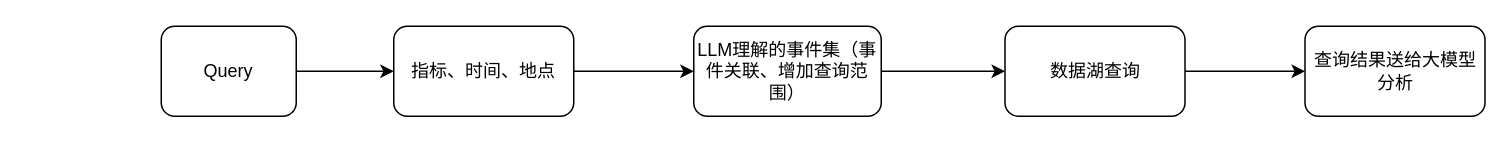
HanYang1385/Master-Thesis keeps this draw.io diagram as 未命名绘图.drawio. Above is the earlier version. Source tidied: cells renumbered, new cells numbered last; positions are measured from the earlier drawing's top-left corner, leaving out a move shared by most shapes. Both pictures are drawn from the tidied source at 150%, with x=0, y=0 at pixel (160, 26).
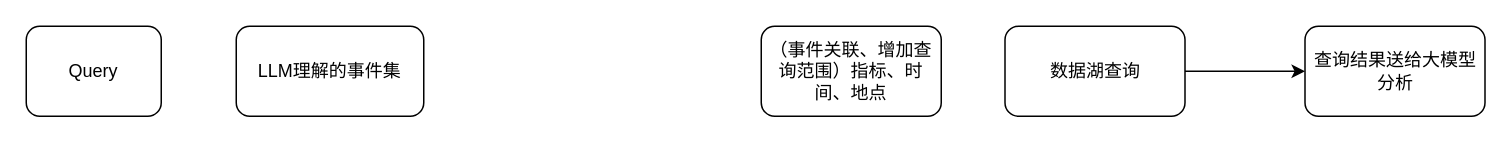
Above is the later version.

Commit message:
意图识别模块.drawio

What changed in the source:
```diff
@@
 <mxGraphModel>
   <root>
     <mxCell id="0" />
     <mxCell id="1" parent="0" />
-    <mxCell id="2" style="edgeStyle=orthogonalEdgeStyle;rounded=0;jettySize=auto;html=1;" parent="1" edge="1" source="3" target="5">
-      <mxGeometry relative="1" as="geometry" />
-    </mxCell>
     <mxCell id="3" value="Query" style="rounded=1;whiteSpace=wrap;html=1;" parent="1" vertex="1">
-      <mxGeometry width="90" height="60" as="geometry" />
+      <mxGeometry x="-90" width="90" height="60" as="geometry" />
     </mxCell>
-    <mxCell id="4" style="edgeStyle=orthogonalEdgeStyle;rounded=0;jettySize=auto;html=1;" parent="1" edge="1" source="5" target="7">
-      <mxGeometry relative="1" as="geometry" />
-    </mxCell>
-    <mxCell id="5" value="指标、时间、地点" style="whiteSpace=wrap;html=1;rounded=1;" parent="1" vertex="1">
-      <mxGeometry x="155" width="120" height="60" as="geometry" />
+    <mxCell id="5" value="（事件关联、增加查询范围）指标、时间、地点" style="whiteSpace=wrap;html=1;rounded=1;" parent="1" vertex="1">
+      <mxGeometry x="400" width="120" height="60" as="geometry" />
     </mxCell>
-    <mxCell id="6" style="edgeStyle=orthogonalEdgeStyle;rounded=0;jettySize=auto;html=1;" parent="1" edge="1" source="7" target="9">
-      <mxGeometry relative="1" as="geometry" />
-    </mxCell>
-    <mxCell id="7" value="LLM理解的事件集（事件关联、增加查询范围）" style="whiteSpace=wrap;html=1;rounded=1;" parent="1" vertex="1">
-      <mxGeometry x="355" width="125" height="60" as="geometry" />
+    <mxCell id="7" value="LLM理解的事件集" style="whiteSpace=wrap;html=1;rounded=1;" parent="1" vertex="1">
+      <mxGeometry x="50" width="125" height="60" as="geometry" />
     </mxCell>
     <mxCell id="8" style="edgeStyle=orthogonalEdgeStyle;rounded=0;jettySize=auto;html=1;" parent="1" edge="1" source="9" target="10">
       <mxGeometry relative="1" as="geometry" />
     </mxCell>
     <mxCell id="9" value="数据湖查询" style="whiteSpace=wrap;html=1;rounded=1;" parent="1" vertex="1">
       <mxGeometry x="562.5" width="120" height="60" as="geometry" />
     </mxCell>
     <mxCell id="10" value="查询结果送给大模型分析" style="whiteSpace=wrap;html=1;rounded=1;" parent="1" vertex="1">
       <mxGeometry x="762.5" width="120" height="60" as="geometry" />
     </mxCell>
   </root>
 </mxGraphModel>
```
